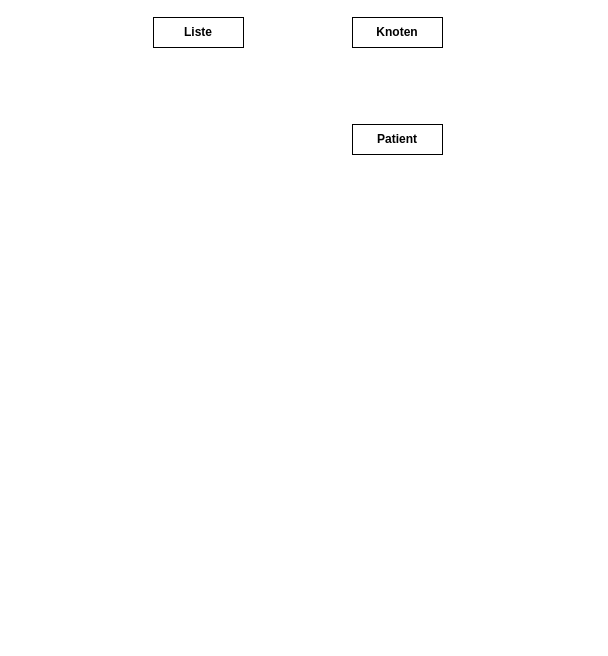
This is page "Seite-4" (4 of 6) of Liste.drawio from JoernWVSG/diagram, a draw.io file, before an edit. Source tidied: cells renumbered, new cells numbered last; positions are measured from the earlier drawing's top-left corner, leaving out a move shared by most shapes. Both pictures are drawn from the tidied source at 100%, with x=0, y=0 at pixel (153, 17).
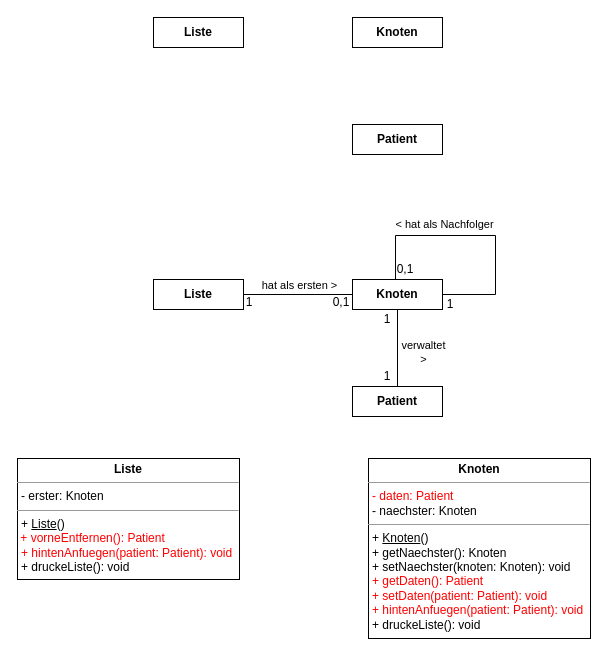
The same page after the edit.

Change to the diagram source:
```diff
@@
+    <mxCell id="5" style="edgeStyle=orthogonalEdgeStyle;rounded=0;jettySize=auto;html=1;endArrow=none;endFill=0;" parent="1" edge="1" source="7" target="10">
+      <mxGeometry relative="1" as="geometry" />
+    </mxCell>
+    <mxCell id="6" value="hat als ersten &amp;gt;" style="edgeLabel;html=1;align=center;verticalAlign=middle;" parent="5" vertex="1">
+      <mxGeometry x="-0.06" y="2" relative="1" as="geometry">
+        <mxPoint x="4" y="-8" as="offset" />
+      </mxGeometry>
+    </mxCell>
+    <mxCell id="7" value="&lt;b&gt;Liste&lt;/b&gt;" style="html=1;whiteSpace=wrap;" parent="1" vertex="1">
+      <mxGeometry y="262" width="90" height="30" as="geometry" />
+    </mxCell>
+    <mxCell id="8" style="edgeStyle=orthogonalEdgeStyle;rounded=0;jettySize=auto;html=1;exitX=0.5;exitY=1;exitDx=0;exitDy=0;entryX=0.5;entryY=0;entryDx=0;entryDy=0;endArrow=none;endFill=0;" parent="1" edge="1" source="10" target="11">
+      <mxGeometry relative="1" as="geometry" />
+    </mxCell>
+    <mxCell id="9" value="&lt;div&gt;verwaltet&lt;/div&gt;&lt;div&gt;&amp;gt;&lt;br&gt;&lt;/div&gt;" style="edgeLabel;html=1;align=center;verticalAlign=middle;" parent="8" vertex="1">
+      <mxGeometry x="0.12" y="-3" relative="1" as="geometry">
+        <mxPoint x="28" y="-1" as="offset" />
+      </mxGeometry>
+    </mxCell>
+    <mxCell id="10" value="&lt;b&gt;Knoten&lt;/b&gt;" style="html=1;whiteSpace=wrap;" parent="1" vertex="1">
+      <mxGeometry x="199" y="262" width="90" height="30" as="geometry" />
+    </mxCell>
+    <mxCell id="11" value="&lt;b&gt;Patient&lt;/b&gt;" style="html=1;whiteSpace=wrap;" parent="1" vertex="1">
+      <mxGeometry x="199" y="369" width="90" height="30" as="geometry" />
+    </mxCell>
+    <mxCell id="12" value="1" style="text;html=1;align=center;verticalAlign=middle;whiteSpace=wrap;rounded=0;" parent="1" vertex="1">
+      <mxGeometry x="87" y="275" width="18" height="20" as="geometry" />
+    </mxCell>
+    <mxCell id="13" value="0,1" style="text;html=1;align=center;verticalAlign=middle;whiteSpace=wrap;rounded=0;" parent="1" vertex="1">
+      <mxGeometry x="179" y="275" width="18" height="20" as="geometry" />
+    </mxCell>
+    <mxCell id="14" style="edgeStyle=orthogonalEdgeStyle;rounded=0;orthogonalLoop=1;jettySize=auto;html=1;exitX=1;exitY=0.5;exitDx=0;exitDy=0;entryX=0.5;entryY=0;entryDx=0;entryDy=0;endArrow=none;endFill=0;" parent="1" edge="1" source="10" target="10">
+      <mxGeometry relative="1" as="geometry">
+        <Array as="points">
+          <mxPoint x="342" y="277" />
+          <mxPoint x="342" y="218" />
+          <mxPoint x="242" y="218" />
+          <mxPoint x="242" y="262" />
+        </Array>
+      </mxGeometry>
+    </mxCell>
+    <mxCell id="15" value="&amp;lt; hat als Nachfolger" style="edgeLabel;html=1;align=center;verticalAlign=middle;" parent="14" vertex="1">
+      <mxGeometry x="0.12" y="1" relative="1" as="geometry">
+        <mxPoint x="-20" y="-13" as="offset" />
+      </mxGeometry>
+    </mxCell>
+    <mxCell id="16" value="0,1" style="text;html=1;align=center;verticalAlign=middle;whiteSpace=wrap;rounded=0;" parent="1" vertex="1">
+      <mxGeometry x="243" y="242" width="18" height="20" as="geometry" />
+    </mxCell>
+    <mxCell id="17" value="1" style="text;html=1;align=center;verticalAlign=middle;whiteSpace=wrap;rounded=0;" parent="1" vertex="1">
+      <mxGeometry x="288" y="277" width="18" height="20" as="geometry" />
+    </mxCell>
+    <mxCell id="18" value="1" style="text;html=1;align=center;verticalAlign=middle;whiteSpace=wrap;rounded=0;" parent="1" vertex="1">
+      <mxGeometry x="225" y="292" width="18" height="20" as="geometry" />
+    </mxCell>
+    <mxCell id="19" value="1" style="text;html=1;align=center;verticalAlign=middle;whiteSpace=wrap;rounded=0;" parent="1" vertex="1">
+      <mxGeometry x="225" y="349" width="18" height="20" as="geometry" />
+    </mxCell>
+    <mxCell id="20" value="&lt;p style=&quot;margin: 0px ; margin-top: 4px ; text-align: center&quot;&gt;&lt;b&gt;Liste&lt;/b&gt;&lt;br&gt;&lt;/p&gt;&lt;hr size=&quot;1&quot;&gt;&lt;p style=&quot;margin: 0px ; margin-left: 4px&quot;&gt;- erster: Knoten&lt;/p&gt;&lt;hr size=&quot;1&quot;&gt;&lt;p style=&quot;margin: 0px ; margin-left: 4px&quot;&gt;+ &lt;u&gt;Liste&lt;/u&gt;()&lt;/p&gt;&amp;nbsp;&lt;font color=&quot;#ff0000&quot;&gt;+ vorneEntfernen(): Patient&lt;/font&gt;&lt;p style=&quot;margin: 0px ; margin-left: 4px&quot;&gt;&lt;font color=&quot;#ff0000&quot;&gt;+ hintenAnfuegen(patient: Patient): void&lt;/font&gt;&lt;/p&gt;&lt;p style=&quot;margin: 0px ; margin-left: 4px&quot;&gt;+ druckeListe(): void&lt;br&gt;&lt;/p&gt;" style="verticalAlign=top;align=left;overflow=fill;fontSize=12;fontFamily=Helvetica;html=1;" parent="1" vertex="1">
+      <mxGeometry x="-136" y="441" width="222" height="121" as="geometry" />
+    </mxCell>
+    <mxCell id="21" value="&lt;p style=&quot;margin: 0px ; margin-top: 4px ; text-align: center&quot;&gt;&lt;b&gt;Knoten&lt;/b&gt;&lt;br&gt;&lt;/p&gt;&lt;hr size=&quot;1&quot;&gt;&lt;p style=&quot;margin: 0px ; margin-left: 4px&quot;&gt;&lt;font color=&quot;#ff0000&quot;&gt;- daten: Patient&lt;/font&gt;&lt;br&gt;&lt;/p&gt;&lt;p style=&quot;margin: 0px ; margin-left: 4px&quot;&gt;- naechster: Knoten&lt;/p&gt;&lt;hr size=&quot;1&quot;&gt;&lt;p style=&quot;margin: 0px ; margin-left: 4px&quot;&gt;+ &lt;u&gt;Knoten&lt;/u&gt;()&lt;/p&gt;&lt;p style=&quot;margin: 0px ; margin-left: 4px&quot;&gt;+ getNaechster(): Knoten&lt;/p&gt;&lt;p style=&quot;margin: 0px ; margin-left: 4px&quot;&gt;+ setNaechster(knoten: Knoten): void&lt;/p&gt;&lt;p style=&quot;margin: 0px ; margin-left: 4px&quot;&gt;&lt;font color=&quot;#ff0000&quot;&gt;+ getDaten(): Patient&lt;/font&gt;&lt;/p&gt;&lt;p style=&quot;margin: 0px ; margin-left: 4px&quot;&gt;&lt;font color=&quot;#ff0000&quot;&gt;+ setDaten(patient: Patient): void&lt;/font&gt;&lt;/p&gt;&lt;p style=&quot;margin: 0px ; margin-left: 4px&quot;&gt;&lt;font color=&quot;#ff0000&quot;&gt;+ hintenAnfuegen(patient: Patient): void&lt;/font&gt;&lt;/p&gt;&lt;p style=&quot;margin: 0px ; margin-left: 4px&quot;&gt;+ druckeListe(): void&lt;br&gt;&lt;/p&gt;&lt;p style=&quot;margin: 0px ; margin-left: 4px&quot;&gt;&lt;br&gt;&lt;/p&gt;&lt;p style=&quot;margin: 0px ; margin-left: 4px&quot;&gt;&lt;br&gt;&lt;/p&gt;&amp;nbsp;" style="verticalAlign=top;align=left;overflow=fill;fontSize=12;fontFamily=Helvetica;html=1;" parent="1" vertex="1">
+      <mxGeometry x="215" y="441" width="222" height="180" as="geometry" />
+    </mxCell>
```
